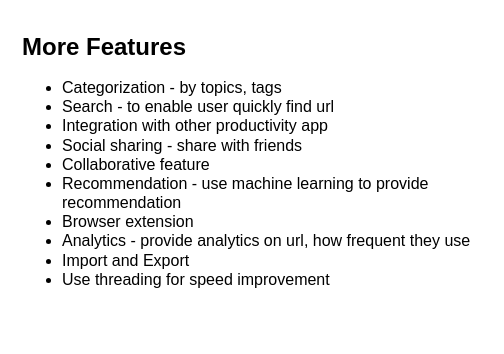
The draw.io diagram page "Extended Use Case" (3 of 5) of docs/Linker.drawio in data-miner00/Linker, before the edit. Source tidied: cells renumbered, new cells numbered last; positions are measured from the earlier drawing's top-left corner, leaving out a move shared by most shapes. Both pictures are drawn from the tidied source at 100%, with x=0, y=0 at pixel (17, 27).
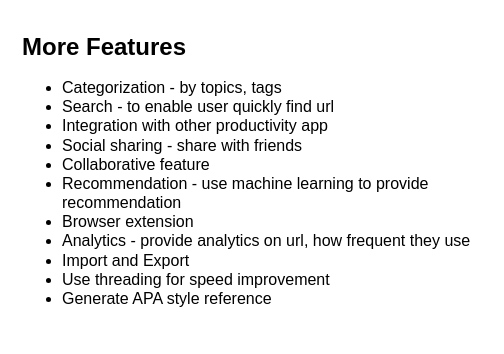
After the change.

Change to the diagram source:
```diff
@@
 <mxGraphModel>
   <root>
     <mxCell id="0" />
     <mxCell id="1" parent="0" />
-    <mxCell id="2" value="&lt;h1&gt;More Features&lt;/h1&gt;&lt;p&gt;&lt;/p&gt;&lt;ul style=&quot;font-size: 16px;&quot;&gt;&lt;li&gt;Categorization - by topics, tags&lt;/li&gt;&lt;li&gt;Search - to enable user quickly find url&lt;/li&gt;&lt;li&gt;Integration with other productivity app&lt;/li&gt;&lt;li&gt;Social sharing - share with friends&lt;/li&gt;&lt;li&gt;Collaborative feature&lt;/li&gt;&lt;li&gt;Recommendation - use machine learning to provide recommendation&lt;/li&gt;&lt;li&gt;Browser extension&lt;/li&gt;&lt;li&gt;Analytics - provide analytics on url, how frequent they use&lt;/li&gt;&lt;li&gt;Import and Export&lt;/li&gt;&lt;li&gt;Use threading for speed improvement&lt;/li&gt;&lt;/ul&gt;&lt;p&gt;&lt;/p&gt;" style="text;html=1;strokeColor=none;fillColor=none;spacing=5;spacingTop=-20;whiteSpace=wrap;overflow=hidden;rounded=0;" parent="1" vertex="1">
+    <mxCell id="2" value="&lt;h1&gt;More Features&lt;/h1&gt;&lt;p&gt;&lt;/p&gt;&lt;ul style=&quot;font-size: 16px;&quot;&gt;&lt;li&gt;Categorization - by topics, tags&lt;/li&gt;&lt;li&gt;Search - to enable user quickly find url&lt;/li&gt;&lt;li&gt;Integration with other productivity app&lt;/li&gt;&lt;li&gt;Social sharing - share with friends&lt;/li&gt;&lt;li&gt;Collaborative feature&lt;/li&gt;&lt;li&gt;Recommendation - use machine learning to provide recommendation&lt;/li&gt;&lt;li&gt;Browser extension&lt;/li&gt;&lt;li&gt;Analytics - provide analytics on url, how frequent they use&lt;/li&gt;&lt;li&gt;Import and Export&lt;/li&gt;&lt;li&gt;Use threading for speed improvement&lt;/li&gt;&lt;li&gt;Generate APA style reference&lt;/li&gt;&lt;/ul&gt;&lt;p&gt;&lt;/p&gt;" style="text;html=1;strokeColor=none;fillColor=none;spacing=5;spacingTop=-20;whiteSpace=wrap;overflow=hidden;rounded=0;" parent="1" vertex="1">
       <mxGeometry width="470" height="310" as="geometry" />
     </mxCell>
   </root>
 </mxGraphModel>
```
